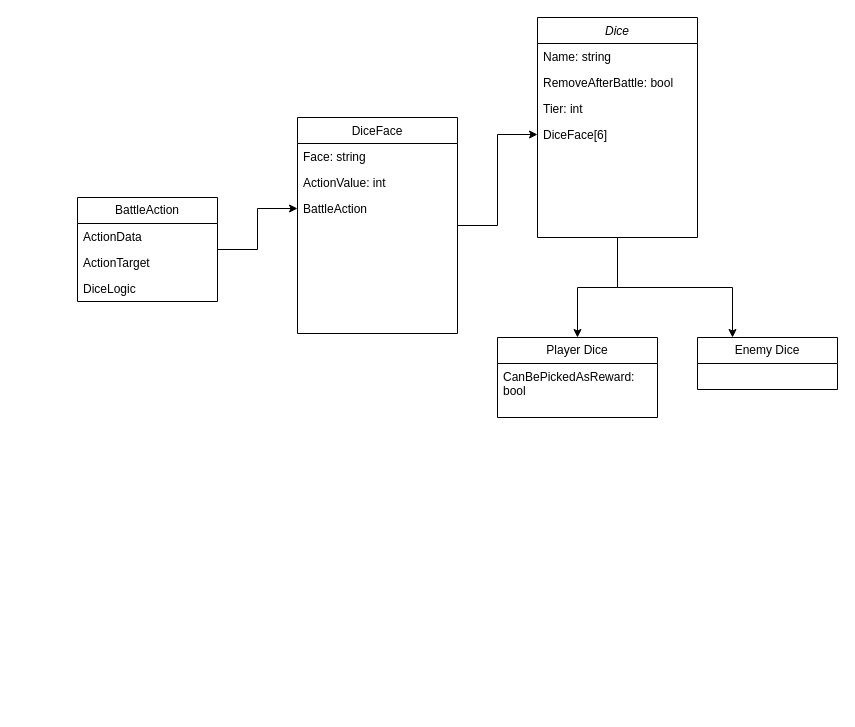
Before: dice.drawio in steambap/diagram, a draw.io diagram. Source tidied: cells renumbered, new cells numbered last; positions are measured from the earlier drawing's top-left corner, leaving out a move shared by most shapes. Both pictures are drawn from the tidied source at 100%, with x=0, y=0 at pixel (77, 17).
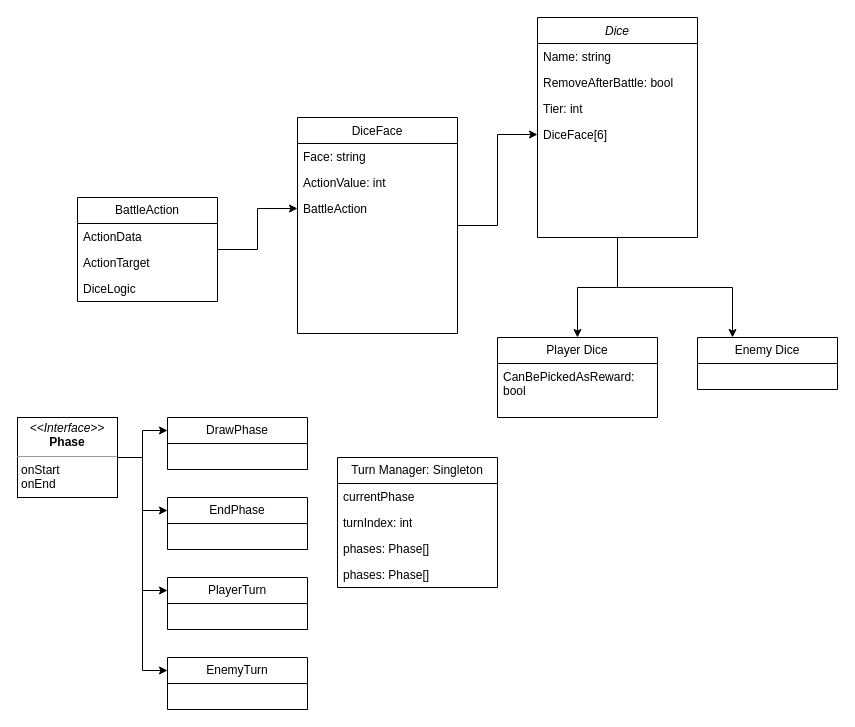
Above is the later version.

Change to the diagram source:
```diff
@@
+    <mxCell id="22" style="edgeStyle=orthogonalEdgeStyle;rounded=0;jettySize=auto;html=1;entryX=0;entryY=0.25;entryDx=0;entryDy=0;" parent="1" edge="1" source="26" target="27">
+      <mxGeometry relative="1" as="geometry" />
+    </mxCell>
+    <mxCell id="23" style="edgeStyle=orthogonalEdgeStyle;rounded=0;jettySize=auto;html=1;entryX=0;entryY=0.25;entryDx=0;entryDy=0;" parent="1" edge="1" source="26" target="28">
+      <mxGeometry relative="1" as="geometry" />
+    </mxCell>
+    <mxCell id="24" style="edgeStyle=orthogonalEdgeStyle;rounded=0;jettySize=auto;html=1;entryX=0;entryY=0.25;entryDx=0;entryDy=0;" parent="1" edge="1" source="26" target="29">
+      <mxGeometry relative="1" as="geometry" />
+    </mxCell>
+    <mxCell id="25" style="edgeStyle=orthogonalEdgeStyle;rounded=0;jettySize=auto;html=1;entryX=0;entryY=0.25;entryDx=0;entryDy=0;" parent="1" edge="1" source="26" target="30">
+      <mxGeometry relative="1" as="geometry" />
+    </mxCell>
+    <mxCell id="26" value="&lt;p style=&quot;margin:0px;margin-top:4px;text-align:center;&quot;&gt;&lt;i&gt;&amp;lt;&amp;lt;Interface&amp;gt;&amp;gt;&lt;/i&gt;&lt;br&gt;&lt;b&gt;Phase&lt;/b&gt;&lt;/p&gt;&lt;hr size=&quot;1&quot;&gt;&lt;p style=&quot;margin:0px;margin-left:4px;&quot;&gt;&lt;/p&gt;&lt;p style=&quot;margin:0px;margin-left:4px;&quot;&gt;onStart&lt;br&gt;onEnd&lt;/p&gt;" style="verticalAlign=top;align=left;overflow=fill;fontSize=12;fontFamily=Helvetica;html=1;whiteSpace=wrap;" parent="1" vertex="1">
+      <mxGeometry x="-60" y="400" width="100" height="80" as="geometry" />
+    </mxCell>
+    <mxCell id="27" value="DrawPhase" style="swimlane;fontStyle=0;horizontal=1;startSize=26;fillColor=none;whiteSpace=wrap;html=1;" parent="1" vertex="1">
+      <mxGeometry x="90" y="400" width="140" height="52" as="geometry" />
+    </mxCell>
+    <mxCell id="28" value="EndPhase" style="swimlane;fontStyle=0;horizontal=1;startSize=26;fillColor=none;whiteSpace=wrap;html=1;" parent="1" vertex="1">
+      <mxGeometry x="90" y="480" width="140" height="52" as="geometry" />
+    </mxCell>
+    <mxCell id="29" value="PlayerTurn" style="swimlane;fontStyle=0;horizontal=1;startSize=26;fillColor=none;whiteSpace=wrap;html=1;" parent="1" vertex="1">
+      <mxGeometry x="90" y="560" width="140" height="52" as="geometry" />
+    </mxCell>
+    <mxCell id="30" value="EnemyTurn" style="swimlane;fontStyle=0;horizontal=1;startSize=26;fillColor=none;whiteSpace=wrap;html=1;" parent="1" vertex="1">
+      <mxGeometry x="90" y="640" width="140" height="52" as="geometry" />
+    </mxCell>
+    <mxCell id="31" value="Turn Manager: Singleton" style="swimlane;fontStyle=0;horizontal=1;startSize=26;fillColor=none;whiteSpace=wrap;html=1;" parent="1" vertex="1">
+      <mxGeometry x="260" y="440" width="160" height="130" as="geometry" />
+    </mxCell>
+    <mxCell id="32" value="currentPhase" style="text;strokeColor=none;fillColor=none;align=left;verticalAlign=top;spacingLeft=4;spacingRight=4;overflow=hidden;whiteSpace=wrap;html=1;" parent="31" vertex="1">
+      <mxGeometry y="26" width="160" height="26" as="geometry" />
+    </mxCell>
+    <mxCell id="33" value="turnIndex: int" style="text;strokeColor=none;fillColor=none;align=left;verticalAlign=top;spacingLeft=4;spacingRight=4;overflow=hidden;whiteSpace=wrap;html=1;" parent="31" vertex="1">
+      <mxGeometry y="52" width="160" height="26" as="geometry" />
+    </mxCell>
+    <mxCell id="34" value="phases: Phase[]" style="text;strokeColor=none;fillColor=none;align=left;verticalAlign=top;spacingLeft=4;spacingRight=4;overflow=hidden;whiteSpace=wrap;html=1;" parent="31" vertex="1">
+      <mxGeometry y="78" width="160" height="26" as="geometry" />
+    </mxCell>
+    <mxCell id="35" value="phases: Phase[]" style="text;strokeColor=none;fillColor=none;align=left;verticalAlign=top;spacingLeft=4;spacingRight=4;overflow=hidden;whiteSpace=wrap;html=1;" parent="31" vertex="1">
+      <mxGeometry y="104" width="160" height="26" as="geometry" />
+    </mxCell>
```
